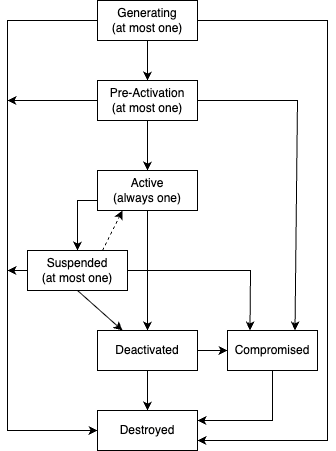
The draw.io diagram gateway-contracts/docs/.assets/lifecycle_contexts.png in zama-ai/fhevm, before a commit. Source tidied: cells renumbered, new cells last; positions are measured from the earlier drawing's top-left corner, leaving out a move shared by most shapes. The source it was exported from:
```xml
<mxGraphModel>
  <root>
    <mxCell id="0" />
    <mxCell id="1" parent="0" />
    <mxCell id="2" value="Generating&lt;div&gt;(at most one)&lt;/div&gt;" style="rounded=0;whiteSpace=wrap;html=1;" parent="1" vertex="1">
      <mxGeometry x="90" width="100" height="40" as="geometry" />
    </mxCell>
    <mxCell id="3" value="Pre-Activation&lt;div&gt;(at most one)&lt;/div&gt;" style="rounded=0;whiteSpace=wrap;html=1;" parent="1" vertex="1">
      <mxGeometry x="90" y="80" width="100" height="40" as="geometry" />
    </mxCell>
    <mxCell id="4" value="Active&lt;div&gt;(always one)&lt;/div&gt;" style="rounded=0;whiteSpace=wrap;html=1;" parent="1" vertex="1">
      <mxGeometry x="90" y="170" width="100" height="40" as="geometry" />
    </mxCell>
    <mxCell id="5" value="Suspended&lt;div&gt;(at most one)&lt;/div&gt;" style="rounded=0;whiteSpace=wrap;html=1;" parent="1" vertex="1">
      <mxGeometry x="20" y="250" width="100" height="40" as="geometry" />
    </mxCell>
    <mxCell id="6" value="Deactivated" style="rounded=0;whiteSpace=wrap;html=1;" parent="1" vertex="1">
      <mxGeometry x="90" y="330" width="100" height="40" as="geometry" />
    </mxCell>
    <mxCell id="7" value="Compromised" style="rounded=0;whiteSpace=wrap;html=1;" parent="1" vertex="1">
      <mxGeometry x="220" y="330" width="90" height="40" as="geometry" />
    </mxCell>
    <mxCell id="8" value="Destroyed" style="rounded=0;whiteSpace=wrap;html=1;" parent="1" vertex="1">
      <mxGeometry x="90" y="410" width="100" height="40" as="geometry" />
    </mxCell>
    <mxCell id="9" style="endArrow=classic;html=1;rounded=0;exitX=0.5;exitY=1;exitDx=0;exitDy=0;" parent="1" edge="1" source="2" target="3">
      <mxGeometry relative="1" as="geometry" />
    </mxCell>
    <mxCell id="10" style="endArrow=classic;html=1;rounded=0;entryX=1;entryY=0.75;entryDx=0;entryDy=0;exitX=1;exitY=0.5;exitDx=0;exitDy=0;" parent="1" edge="1" source="2" target="8">
      <mxGeometry relative="1" as="geometry">
        <Array as="points">
          <mxPoint x="320" y="20" />
          <mxPoint x="320" y="440" />
        </Array>
      </mxGeometry>
    </mxCell>
    <mxCell id="11" style="endArrow=classic;html=1;rounded=0;exitX=0.5;exitY=1;exitDx=0;exitDy=0;entryX=0.5;entryY=0;entryDx=0;entryDy=0;" parent="1" edge="1" source="3" target="4">
      <mxGeometry relative="1" as="geometry" />
    </mxCell>
    <mxCell id="12" style="endArrow=classic;html=1;rounded=0;exitX=0;exitY=0.75;exitDx=0;exitDy=0;entryX=0.5;entryY=0;entryDx=0;entryDy=0;" parent="1" edge="1" source="4" target="5">
      <mxGeometry relative="1" as="geometry">
        <Array as="points">
          <mxPoint x="70" y="200" />
        </Array>
      </mxGeometry>
    </mxCell>
    <mxCell id="13" style="endArrow=classic;html=1;rounded=0;exitX=0.5;exitY=1;exitDx=0;exitDy=0;entryX=0.5;entryY=0;entryDx=0;entryDy=0;" parent="1" edge="1" source="4" target="6">
      <mxGeometry relative="1" as="geometry" />
    </mxCell>
    <mxCell id="14" style="endArrow=classic;html=1;rounded=0;exitX=1;exitY=0.5;exitDx=0;exitDy=0;entryX=0.25;entryY=0;entryDx=0;entryDy=0;" parent="1" edge="1" source="5" target="7">
      <mxGeometry relative="1" as="geometry">
        <Array as="points">
          <mxPoint x="243" y="270" />
        </Array>
      </mxGeometry>
    </mxCell>
    <mxCell id="15" style="endArrow=classic;html=1;rounded=0;exitX=0.5;exitY=1;exitDx=0;exitDy=0;entryX=0.25;entryY=0;entryDx=0;entryDy=0;" parent="1" edge="1" source="5" target="6">
      <mxGeometry relative="1" as="geometry" />
    </mxCell>
    <mxCell id="16" style="endArrow=classic;html=1;rounded=0;entryX=0.75;entryY=0;entryDx=0;entryDy=0;exitX=1;exitY=0.5;exitDx=0;exitDy=0;" parent="1" edge="1" source="3" target="7">
      <mxGeometry relative="1" as="geometry">
        <Array as="points">
          <mxPoint x="290" y="100" />
        </Array>
      </mxGeometry>
    </mxCell>
    <mxCell id="17" style="endArrow=classic;html=1;rounded=0;exitX=0;exitY=0.5;exitDx=0;exitDy=0;entryX=0;entryY=0.5;entryDx=0;entryDy=0;" parent="1" edge="1" source="2" target="8">
      <mxGeometry relative="1" as="geometry">
        <Array as="points">
          <mxPoint y="20" />
          <mxPoint y="430" />
        </Array>
      </mxGeometry>
    </mxCell>
    <mxCell id="18" style="endArrow=classic;html=1;rounded=0;exitX=0;exitY=0.5;exitDx=0;exitDy=0;" parent="1" edge="1" source="3">
      <mxGeometry relative="1" as="geometry">
        <mxPoint y="100" as="targetPoint" />
      </mxGeometry>
    </mxCell>
    <mxCell id="19" style="endArrow=classic;html=1;rounded=0;exitX=0;exitY=0.5;exitDx=0;exitDy=0;" parent="1" edge="1" source="5">
      <mxGeometry relative="1" as="geometry">
        <mxPoint y="270" as="targetPoint" />
      </mxGeometry>
    </mxCell>
    <mxCell id="20" style="endArrow=classic;html=1;rounded=0;entryX=0.5;entryY=0;entryDx=0;entryDy=0;exitX=0.5;exitY=1;exitDx=0;exitDy=0;" parent="1" edge="1" source="6" target="8">
      <mxGeometry relative="1" as="geometry" />
    </mxCell>
    <mxCell id="21" style="endArrow=classic;html=1;rounded=0;exitX=1;exitY=0.5;exitDx=0;exitDy=0;entryX=0;entryY=0.5;entryDx=0;entryDy=0;" parent="1" edge="1" source="6" target="7">
      <mxGeometry relative="1" as="geometry" />
    </mxCell>
    <mxCell id="22" style="endArrow=classic;html=1;rounded=0;exitX=0.5;exitY=1;exitDx=0;exitDy=0;entryX=1;entryY=0.25;entryDx=0;entryDy=0;" parent="1" edge="1" source="7" target="8">
      <mxGeometry relative="1" as="geometry">
        <Array as="points">
          <mxPoint x="265" y="420" />
        </Array>
      </mxGeometry>
    </mxCell>
    <mxCell id="23" style="endArrow=classic;html=1;rounded=0;exitX=0.75;exitY=0;exitDx=0;exitDy=0;entryX=0.25;entryY=1;entryDx=0;entryDy=0;dashed=1;" parent="1" edge="1" source="5" target="4">
      <mxGeometry relative="1" as="geometry" />
    </mxCell>
  </root>
</mxGraphModel>
```
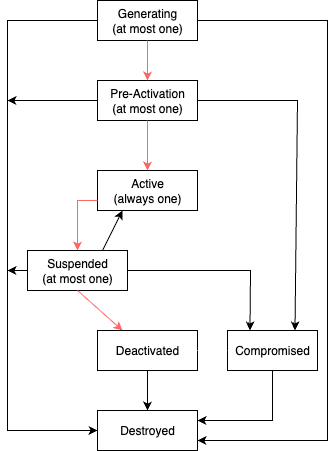
Later version of the same file.

Commit message:
chore(gateway-contracts): ensure there is always a single active context

Change to the diagram source:
```diff
@@ -1,101 +1,98 @@
-<mxGraphModel>
+<mxGraphModel background="light-dark(#FFFFFF,#FFFFFF)">
   <root>
     <mxCell id="0" />
     <mxCell id="1" parent="0" />
-    <mxCell id="2" value="Generating&lt;div&gt;(at most one)&lt;/div&gt;" style="rounded=0;whiteSpace=wrap;html=1;" parent="1" vertex="1">
+    <mxCell id="2" value="Generating&lt;div&gt;(at most one)&lt;/div&gt;" style="rounded=0;whiteSpace=wrap;html=1;strokeColor=light-dark(#000000,#000000);fillColor=none;fontColor=light-dark(#000000,#000000);" parent="1" vertex="1">
       <mxGeometry x="90" width="100" height="40" as="geometry" />
     </mxCell>
-    <mxCell id="3" value="Pre-Activation&lt;div&gt;(at most one)&lt;/div&gt;" style="rounded=0;whiteSpace=wrap;html=1;" parent="1" vertex="1">
+    <mxCell id="3" value="Pre-Activation&lt;div&gt;(at most one)&lt;/div&gt;" style="rounded=0;whiteSpace=wrap;html=1;strokeColor=light-dark(#000000,#000000);fillColor=none;fontColor=light-dark(#000000,#000000);" parent="1" vertex="1">
       <mxGeometry x="90" y="80" width="100" height="40" as="geometry" />
     </mxCell>
-    <mxCell id="4" value="Active&lt;div&gt;(always one)&lt;/div&gt;" style="rounded=0;whiteSpace=wrap;html=1;" parent="1" vertex="1">
+    <mxCell id="4" value="Active&lt;div&gt;(always one)&lt;/div&gt;" style="rounded=0;whiteSpace=wrap;html=1;strokeColor=light-dark(#000000,#000000);fillColor=none;fontColor=light-dark(#000000,#000000);" parent="1" vertex="1">
       <mxGeometry x="90" y="170" width="100" height="40" as="geometry" />
     </mxCell>
-    <mxCell id="5" value="Suspended&lt;div&gt;(at most one)&lt;/div&gt;" style="rounded=0;whiteSpace=wrap;html=1;" parent="1" vertex="1">
+    <mxCell id="5" value="Suspended&lt;div&gt;(at most one)&lt;/div&gt;" style="rounded=0;whiteSpace=wrap;html=1;strokeColor=light-dark(#000000,#000000);fillColor=none;fontColor=light-dark(#000000,#000000);" parent="1" vertex="1">
       <mxGeometry x="20" y="250" width="100" height="40" as="geometry" />
     </mxCell>
-    <mxCell id="6" value="Deactivated" style="rounded=0;whiteSpace=wrap;html=1;" parent="1" vertex="1">
+    <mxCell id="6" value="Deactivated" style="rounded=0;whiteSpace=wrap;html=1;strokeColor=light-dark(#000000,#000000);fillColor=none;fontColor=light-dark(#000000,#000000);" parent="1" vertex="1">
       <mxGeometry x="90" y="330" width="100" height="40" as="geometry" />
     </mxCell>
-    <mxCell id="7" value="Compromised" style="rounded=0;whiteSpace=wrap;html=1;" parent="1" vertex="1">
+    <mxCell id="7" value="Compromised" style="rounded=0;whiteSpace=wrap;html=1;strokeColor=light-dark(#000000,#000000);fillColor=none;fontColor=light-dark(#000000,#000000);" parent="1" vertex="1">
       <mxGeometry x="220" y="330" width="90" height="40" as="geometry" />
     </mxCell>
-    <mxCell id="8" value="Destroyed" style="rounded=0;whiteSpace=wrap;html=1;" parent="1" vertex="1">
+    <mxCell id="8" value="Destroyed" style="rounded=0;whiteSpace=wrap;html=1;strokeColor=light-dark(#000000,#000000);fillColor=none;fontColor=light-dark(#000000,#000000);" parent="1" vertex="1">
       <mxGeometry x="90" y="410" width="100" height="40" as="geometry" />
     </mxCell>
-    <mxCell id="9" style="endArrow=classic;html=1;rounded=0;exitX=0.5;exitY=1;exitDx=0;exitDy=0;" parent="1" edge="1" source="2" target="3">
+    <mxCell id="9" style="endArrow=classic;html=1;rounded=0;exitX=0.5;exitY=1;exitDx=0;exitDy=0;strokeColor=light-dark(#000000,#FF6666);" parent="1" edge="1" source="2" target="3">
       <mxGeometry relative="1" as="geometry" />
     </mxCell>
-    <mxCell id="10" style="endArrow=classic;html=1;rounded=0;entryX=1;entryY=0.75;entryDx=0;entryDy=0;exitX=1;exitY=0.5;exitDx=0;exitDy=0;" parent="1" edge="1" source="2" target="8">
-      <mxGeometry relative="1" as="geometry">
-        <Array as="points">
-          <mxPoint x="320" y="20" />
-          <mxPoint x="320" y="440" />
-        </Array>
-      </mxGeometry>
-    </mxCell>
+    <mxCell id="24" style="endArrow=classic;html=1;rounded=0;entryX=1;entryY=0.75;entryDx=0;entryDy=0;exitX=1;exitY=0.5;exitDx=0;exitDy=0;strokeColor=light-dark(#000000,#000000);" parent="1" edge="1" source="2" target="8">
+      <mxGeometry relative="1" as="geometry">
+        <Array as="points">
+          <mxPoint x="320" y="20" />
+          <mxPoint x="320" y="440" />
+        </Array>
+      </mxGeometry>
+    </mxCell>
-    <mxCell id="11" style="endArrow=classic;html=1;rounded=0;exitX=0.5;exitY=1;exitDx=0;exitDy=0;entryX=0.5;entryY=0;entryDx=0;entryDy=0;" parent="1" edge="1" source="3" target="4">
+    <mxCell id="11" style="endArrow=classic;html=1;rounded=0;exitX=0.5;exitY=1;exitDx=0;exitDy=0;entryX=0.5;entryY=0;entryDx=0;entryDy=0;strokeColor=light-dark(#000000,#FF6666);" parent="1" edge="1" source="3" target="4">
       <mxGeometry relative="1" as="geometry" />
     </mxCell>
-    <mxCell id="12" style="endArrow=classic;html=1;rounded=0;exitX=0;exitY=0.75;exitDx=0;exitDy=0;entryX=0.5;entryY=0;entryDx=0;entryDy=0;" parent="1" edge="1" source="4" target="5">
+    <mxCell id="12" style="endArrow=classic;html=1;rounded=0;exitX=0;exitY=0.75;exitDx=0;exitDy=0;entryX=0.5;entryY=0;entryDx=0;entryDy=0;strokeColor=light-dark(#000000,#FF6666);" parent="1" edge="1" source="4" target="5">
       <mxGeometry relative="1" as="geometry">
         <Array as="points">
           <mxPoint x="70" y="200" />
         </Array>
       </mxGeometry>
     </mxCell>
-    <mxCell id="13" style="endArrow=classic;html=1;rounded=0;exitX=0.5;exitY=1;exitDx=0;exitDy=0;entryX=0.5;entryY=0;entryDx=0;entryDy=0;" parent="1" edge="1" source="4" target="6">
-      <mxGeometry relative="1" as="geometry" />
-    </mxCell>
-    <mxCell id="14" style="endArrow=classic;html=1;rounded=0;exitX=1;exitY=0.5;exitDx=0;exitDy=0;entryX=0.25;entryY=0;entryDx=0;entryDy=0;" parent="1" edge="1" source="5" target="7">
+    <mxCell id="14" style="endArrow=classic;html=1;rounded=0;exitX=1;exitY=0.5;exitDx=0;exitDy=0;entryX=0.25;entryY=0;entryDx=0;entryDy=0;strokeColor=light-dark(#000000,#000000);" parent="1" edge="1" source="5" target="7">
       <mxGeometry relative="1" as="geometry">
         <Array as="points">
           <mxPoint x="243" y="270" />
         </Array>
       </mxGeometry>
     </mxCell>
-    <mxCell id="15" style="endArrow=classic;html=1;rounded=0;exitX=0.5;exitY=1;exitDx=0;exitDy=0;entryX=0.25;entryY=0;entryDx=0;entryDy=0;" parent="1" edge="1" source="5" target="6">
+    <mxCell id="15" style="endArrow=classic;html=1;rounded=0;exitX=0.5;exitY=1;exitDx=0;exitDy=0;entryX=0.25;entryY=0;entryDx=0;entryDy=0;strokeColor=light-dark(#000000,#FF6666);" parent="1" edge="1" source="5" target="6">
       <mxGeometry relative="1" as="geometry" />
     </mxCell>
-    <mxCell id="16" style="endArrow=classic;html=1;rounded=0;entryX=0.75;entryY=0;entryDx=0;entryDy=0;exitX=1;exitY=0.5;exitDx=0;exitDy=0;" parent="1" edge="1" source="3" target="7">
+    <mxCell id="16" style="endArrow=classic;html=1;rounded=0;entryX=0.75;entryY=0;entryDx=0;entryDy=0;exitX=1;exitY=0.5;exitDx=0;exitDy=0;strokeColor=light-dark(#000000,#000000);" parent="1" edge="1" source="3" target="7">
       <mxGeometry relative="1" as="geometry">
         <Array as="points">
           <mxPoint x="290" y="100" />
         </Array>
       </mxGeometry>
     </mxCell>
-    <mxCell id="17" style="endArrow=classic;html=1;rounded=0;exitX=0;exitY=0.5;exitDx=0;exitDy=0;entryX=0;entryY=0.5;entryDx=0;entryDy=0;" parent="1" edge="1" source="2" target="8">
-      <mxGeometry relative="1" as="geometry">
-        <Array as="points">
-          <mxPoint y="20" />
-          <mxPoint y="430" />
-        </Array>
-      </mxGeometry>
-    </mxCell>
-    <mxCell id="18" style="endArrow=classic;html=1;rounded=0;exitX=0;exitY=0.5;exitDx=0;exitDy=0;" parent="1" edge="1" source="3">
-      <mxGeometry relative="1" as="geometry">
-        <mxPoint y="100" as="targetPoint" />
-      </mxGeometry>
-    </mxCell>
-    <mxCell id="19" style="endArrow=classic;html=1;rounded=0;exitX=0;exitY=0.5;exitDx=0;exitDy=0;" parent="1" edge="1" source="5">
-      <mxGeometry relative="1" as="geometry">
-        <mxPoint y="270" as="targetPoint" />
-      </mxGeometry>
-    </mxCell>
+    <mxCell id="25" style="endArrow=classic;html=1;rounded=0;exitX=0;exitY=0.5;exitDx=0;exitDy=0;entryX=0;entryY=0.5;entryDx=0;entryDy=0;strokeColor=light-dark(#000000,#000000);" parent="1" edge="1" source="2" target="8">
+      <mxGeometry relative="1" as="geometry">
+        <Array as="points">
+          <mxPoint y="20" />
+          <mxPoint y="430" />
+        </Array>
+      </mxGeometry>
+    </mxCell>
+    <mxCell id="26" style="endArrow=classic;html=1;rounded=0;exitX=0;exitY=0.5;exitDx=0;exitDy=0;strokeColor=light-dark(#000000,#000000);" parent="1" edge="1" source="3">
+      <mxGeometry relative="1" as="geometry">
+        <mxPoint y="100" as="targetPoint" />
+      </mxGeometry>
+    </mxCell>
+    <mxCell id="27" style="endArrow=classic;html=1;rounded=0;exitX=0;exitY=0.5;exitDx=0;exitDy=0;fontColor=light-dark(#000000,#000000);labelBackgroundColor=none;strokeColor=light-dark(#000000,#000000);" parent="1" edge="1" source="5">
+      <mxGeometry relative="1" as="geometry">
+        <mxPoint y="270" as="targetPoint" />
+      </mxGeometry>
+    </mxCell>
-    <mxCell id="20" style="endArrow=classic;html=1;rounded=0;entryX=0.5;entryY=0;entryDx=0;entryDy=0;exitX=0.5;exitY=1;exitDx=0;exitDy=0;" parent="1" edge="1" source="6" target="8">
+    <mxCell id="20" style="endArrow=classic;html=1;rounded=0;entryX=0.5;entryY=0;entryDx=0;entryDy=0;exitX=0.5;exitY=1;exitDx=0;exitDy=0;strokeColor=light-dark(#000000,#000000);" parent="1" edge="1" source="6" target="8">
       <mxGeometry relative="1" as="geometry" />
     </mxCell>
     <mxCell id="21" style="endArrow=classic;html=1;rounded=0;exitX=1;exitY=0.5;exitDx=0;exitDy=0;entryX=0;entryY=0.5;entryDx=0;entryDy=0;" parent="1" edge="1" source="6" target="7">
       <mxGeometry relative="1" as="geometry" />
     </mxCell>
-    <mxCell id="22" style="endArrow=classic;html=1;rounded=0;exitX=0.5;exitY=1;exitDx=0;exitDy=0;entryX=1;entryY=0.25;entryDx=0;entryDy=0;" parent="1" edge="1" source="7" target="8">
+    <mxCell id="22" style="endArrow=classic;html=1;rounded=0;exitX=0.5;exitY=1;exitDx=0;exitDy=0;entryX=1;entryY=0.25;entryDx=0;entryDy=0;strokeColor=light-dark(#000000,#000000);" parent="1" edge="1" source="7" target="8">
       <mxGeometry relative="1" as="geometry">
         <Array as="points">
           <mxPoint x="265" y="420" />
         </Array>
       </mxGeometry>
     </mxCell>
-    <mxCell id="23" style="endArrow=classic;html=1;rounded=0;exitX=0.75;exitY=0;exitDx=0;exitDy=0;entryX=0.25;entryY=1;entryDx=0;entryDy=0;dashed=1;" parent="1" edge="1" source="5" target="4">
+    <mxCell id="23" style="endArrow=classic;html=1;rounded=0;exitX=0.75;exitY=0;exitDx=0;exitDy=0;entryX=0.25;entryY=1;entryDx=0;entryDy=0;strokeColor=light-dark(#000000,#000000);" parent="1" edge="1" source="5" target="4">
       <mxGeometry relative="1" as="geometry" />
     </mxCell>
   </root>
```
